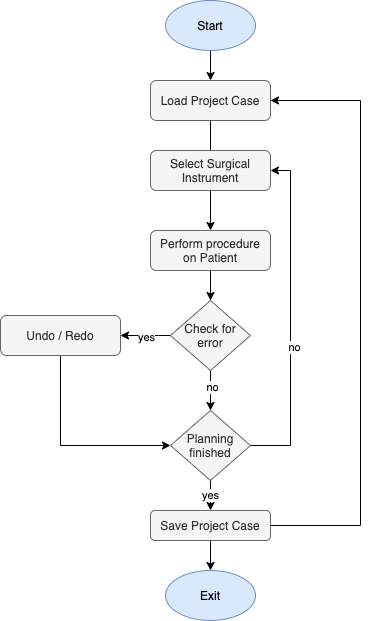
Before: latex/thesis/images/implementation/interaction_flow.png, a diagram exported from draw.io (fkajzer/master-thesis-latex). Source tidied: cells renumbered, new cells last; positions are measured from the earlier drawing's top-left corner, leaving out a move shared by most shapes. The source it was exported from:
```xml
<mxGraphModel>
  <root>
    <mxCell id="0" />
    <mxCell id="1" parent="0" />
    <mxCell id="2" style="rounded=0;html=1;jettySize=auto;fontSize=11;endArrow=block;endFill=0;endSize=8;strokeWidth=1;shadow=0;labelBackgroundColor=none;edgeStyle=orthogonalEdgeStyle;" parent="1" edge="1" source="3">
      <mxGeometry relative="1" as="geometry">
        <mxPoint x="210" y="170" as="targetPoint" />
      </mxGeometry>
    </mxCell>
    <mxCell id="3" value="Load Project Case" style="rounded=1;whiteSpace=wrap;html=1;fontSize=12;glass=0;strokeWidth=1;shadow=0;fillColor=#f5f5f5;strokeColor=#666666;fontColor=#333333;" parent="1" vertex="1">
      <mxGeometry x="150" y="80" width="120" height="40" as="geometry" />
    </mxCell>
    <mxCell id="4" style="edgeStyle=orthogonalEdgeStyle;rounded=0;jettySize=auto;html=1;entryX=0.5;entryY=0;entryDx=0;entryDy=0;" parent="1" edge="1" source="5" target="3">
      <mxGeometry relative="1" as="geometry" />
    </mxCell>
    <mxCell id="5" value="Start" style="ellipse;whiteSpace=wrap;html=1;fillColor=#dae8fc;strokeColor=#6c8ebf;" parent="1" vertex="1">
      <mxGeometry x="165" width="90" height="50" as="geometry" />
    </mxCell>
    <mxCell id="6" style="edgeStyle=orthogonalEdgeStyle;rounded=0;jettySize=auto;html=1;entryX=0.5;entryY=0;entryDx=0;entryDy=0;" parent="1" edge="1" source="7" target="9">
      <mxGeometry relative="1" as="geometry" />
    </mxCell>
    <mxCell id="7" value="Select Surgical Instrument" style="rounded=1;whiteSpace=wrap;html=1;fontSize=12;glass=0;strokeWidth=1;shadow=0;fillColor=#f5f5f5;strokeColor=#666666;fontColor=#333333;" parent="1" vertex="1">
      <mxGeometry x="150" y="150" width="120" height="40" as="geometry" />
    </mxCell>
    <mxCell id="8" style="edgeStyle=orthogonalEdgeStyle;rounded=0;jettySize=auto;html=1;entryX=0.5;entryY=0;entryDx=0;entryDy=0;" parent="1" edge="1" source="9" target="19">
      <mxGeometry relative="1" as="geometry" />
    </mxCell>
    <mxCell id="9" value="Perform procedure&lt;br&gt;on Patient" style="rounded=1;whiteSpace=wrap;html=1;fontSize=12;glass=0;strokeWidth=1;shadow=0;fillColor=#f5f5f5;strokeColor=#666666;fontColor=#333333;" parent="1" vertex="1">
      <mxGeometry x="150" y="230" width="120" height="40" as="geometry" />
    </mxCell>
    <mxCell id="10" style="edgeStyle=orthogonalEdgeStyle;rounded=0;jettySize=auto;html=1;entryX=1;entryY=0.5;entryDx=0;entryDy=0;" parent="1" edge="1" source="12" target="3">
      <mxGeometry relative="1" as="geometry">
        <Array as="points">
          <mxPoint x="360" y="525" />
          <mxPoint x="360" y="100" />
        </Array>
      </mxGeometry>
    </mxCell>
    <mxCell id="11" style="edgeStyle=orthogonalEdgeStyle;rounded=0;jettySize=auto;html=1;entryX=0.5;entryY=0;entryDx=0;entryDy=0;" parent="1" edge="1" source="12" target="13">
      <mxGeometry relative="1" as="geometry" />
    </mxCell>
    <mxCell id="12" value="Save Project Case" style="rounded=1;whiteSpace=wrap;html=1;fontSize=12;glass=0;strokeWidth=1;shadow=0;fillColor=#f5f5f5;strokeColor=#666666;fontColor=#333333;" parent="1" vertex="1">
      <mxGeometry x="150" y="510" width="120" height="30" as="geometry" />
    </mxCell>
    <mxCell id="13" value="Exit" style="ellipse;whiteSpace=wrap;html=1;fillColor=#dae8fc;strokeColor=#6c8ebf;" parent="1" vertex="1">
      <mxGeometry x="165" y="570" width="90" height="50" as="geometry" />
    </mxCell>
    <mxCell id="14" value="yes" style="edgeStyle=orthogonalEdgeStyle;rounded=0;jettySize=auto;html=1;entryX=0.5;entryY=0;entryDx=0;entryDy=0;" parent="1" edge="1" source="22" target="12">
      <mxGeometry relative="1" as="geometry" />
    </mxCell>
    <mxCell id="15" style="edgeStyle=orthogonalEdgeStyle;rounded=0;jettySize=auto;html=1;" parent="1" edge="1" source="19" target="22">
      <mxGeometry relative="1" as="geometry" />
    </mxCell>
    <mxCell id="16" value="no" style="edgeLabel;html=1;align=center;verticalAlign=middle;" parent="15" vertex="1">
      <mxGeometry x="-0.2" y="1" relative="1" as="geometry" />
    </mxCell>
    <mxCell id="17" style="edgeStyle=orthogonalEdgeStyle;rounded=0;jettySize=auto;html=1;entryX=1;entryY=0.5;entryDx=0;entryDy=0;" parent="1" edge="1" source="19" target="24">
      <mxGeometry relative="1" as="geometry" />
    </mxCell>
    <mxCell id="18" value="yes" style="edgeLabel;html=1;align=center;verticalAlign=middle;" parent="17" vertex="1">
      <mxGeometry y="1" relative="1" as="geometry" />
    </mxCell>
    <mxCell id="19" value="Check for error" style="rhombus;whiteSpace=wrap;html=1;fillColor=#f5f5f5;strokeColor=#666666;fontColor=#333333;" parent="1" vertex="1">
      <mxGeometry x="170" y="300" width="80" height="70" as="geometry" />
    </mxCell>
    <mxCell id="20" style="edgeStyle=orthogonalEdgeStyle;rounded=0;jettySize=auto;html=1;entryX=1;entryY=0.5;entryDx=0;entryDy=0;" parent="1" edge="1" source="22" target="7">
      <mxGeometry relative="1" as="geometry">
        <Array as="points">
          <mxPoint x="290" y="445" />
          <mxPoint x="290" y="170" />
        </Array>
      </mxGeometry>
    </mxCell>
    <mxCell id="21" value="no" style="edgeLabel;html=1;align=center;verticalAlign=middle;" parent="20" vertex="1">
      <mxGeometry x="-0.17" y="-3" relative="1" as="geometry" />
    </mxCell>
    <mxCell id="22" value="Planning finished" style="rhombus;whiteSpace=wrap;html=1;fillColor=#f5f5f5;strokeColor=#666666;fontColor=#333333;" parent="1" vertex="1">
      <mxGeometry x="170" y="410" width="80" height="70" as="geometry" />
    </mxCell>
    <mxCell id="23" style="edgeStyle=orthogonalEdgeStyle;rounded=0;jettySize=auto;html=1;entryX=0;entryY=0.5;entryDx=0;entryDy=0;" parent="1" edge="1" source="24" target="22">
      <mxGeometry relative="1" as="geometry">
        <Array as="points">
          <mxPoint x="60" y="445" />
        </Array>
      </mxGeometry>
    </mxCell>
    <mxCell id="24" value="Undo / Redo" style="rounded=1;whiteSpace=wrap;html=1;fontSize=12;glass=0;strokeWidth=1;shadow=0;fillColor=#f5f5f5;strokeColor=#666666;fontColor=#333333;" parent="1" vertex="1">
      <mxGeometry y="315" width="120" height="40" as="geometry" />
    </mxCell>
  </root>
</mxGraphModel>
```
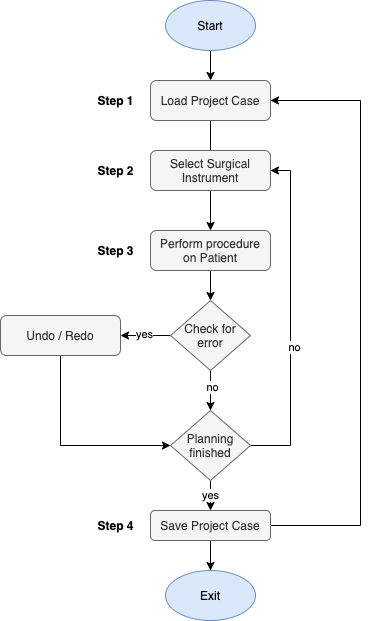
The same file after the commit.

What changed in the source:
```diff
@@ -58,7 +58,7 @@
       <mxGeometry relative="1" as="geometry" />
     </mxCell>
     <mxCell id="18" value="yes" style="edgeLabel;html=1;align=center;verticalAlign=middle;" parent="17" vertex="1">
-      <mxGeometry y="1" relative="1" as="geometry" />
+      <mxGeometry x="0.08" y="-2" relative="1" as="geometry" />
     </mxCell>
     <mxCell id="19" value="Check for error" style="rhombus;whiteSpace=wrap;html=1;fillColor=#f5f5f5;strokeColor=#666666;fontColor=#333333;" parent="1" vertex="1">
       <mxGeometry x="170" y="300" width="80" height="70" as="geometry" />
@@ -87,5 +87,17 @@
     <mxCell id="24" value="Undo / Redo" style="rounded=1;whiteSpace=wrap;html=1;fontSize=12;glass=0;strokeWidth=1;shadow=0;fillColor=#f5f5f5;strokeColor=#666666;fontColor=#333333;" parent="1" vertex="1">
       <mxGeometry y="315" width="120" height="40" as="geometry" />
     </mxCell>
+    <mxCell id="25" value="&lt;b&gt;Step 1&lt;/b&gt;" style="text;html=1;align=center;verticalAlign=middle;" parent="1" vertex="1">
+      <mxGeometry x="90" y="90" width="50" height="20" as="geometry" />
+    </mxCell>
+    <mxCell id="26" value="&lt;b&gt;Step 2&lt;/b&gt;" style="text;html=1;align=center;verticalAlign=middle;" parent="1" vertex="1">
+      <mxGeometry x="90" y="160" width="50" height="20" as="geometry" />
+    </mxCell>
+    <mxCell id="27" value="&lt;b&gt;Step 3&lt;/b&gt;" style="text;html=1;align=center;verticalAlign=middle;" parent="1" vertex="1">
+      <mxGeometry x="90" y="240" width="50" height="20" as="geometry" />
+    </mxCell>
+    <mxCell id="28" value="&lt;b&gt;Step 4&lt;/b&gt;" style="text;html=1;align=center;verticalAlign=middle;" parent="1" vertex="1">
+      <mxGeometry x="90" y="515" width="50" height="20" as="geometry" />
+    </mxCell>
   </root>
 </mxGraphModel>
```
